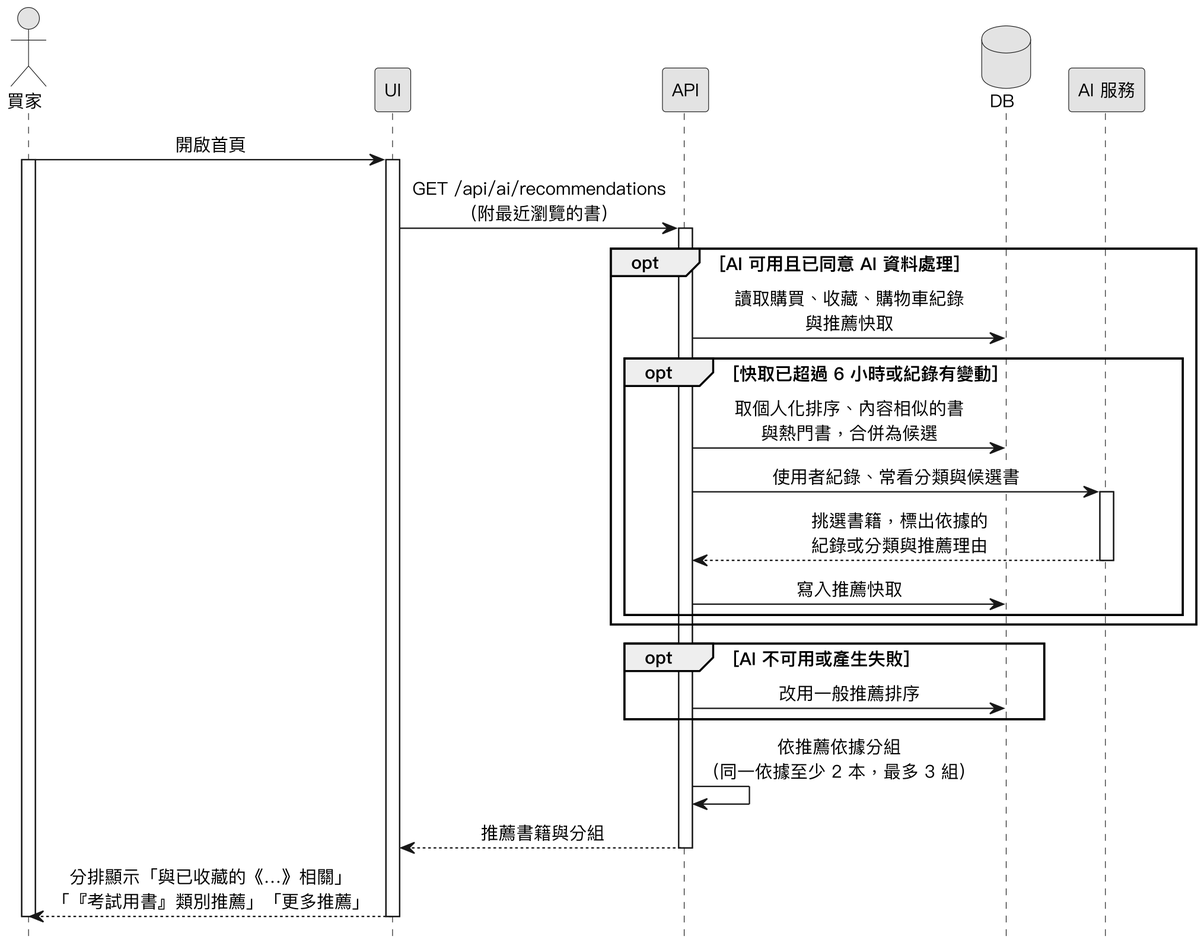
This is Diagrams/Sequence Diagrams/v3/seq_recommend.png from SaveMyBook/SaveMyBook, a PlantUML export, as it was before one commit.
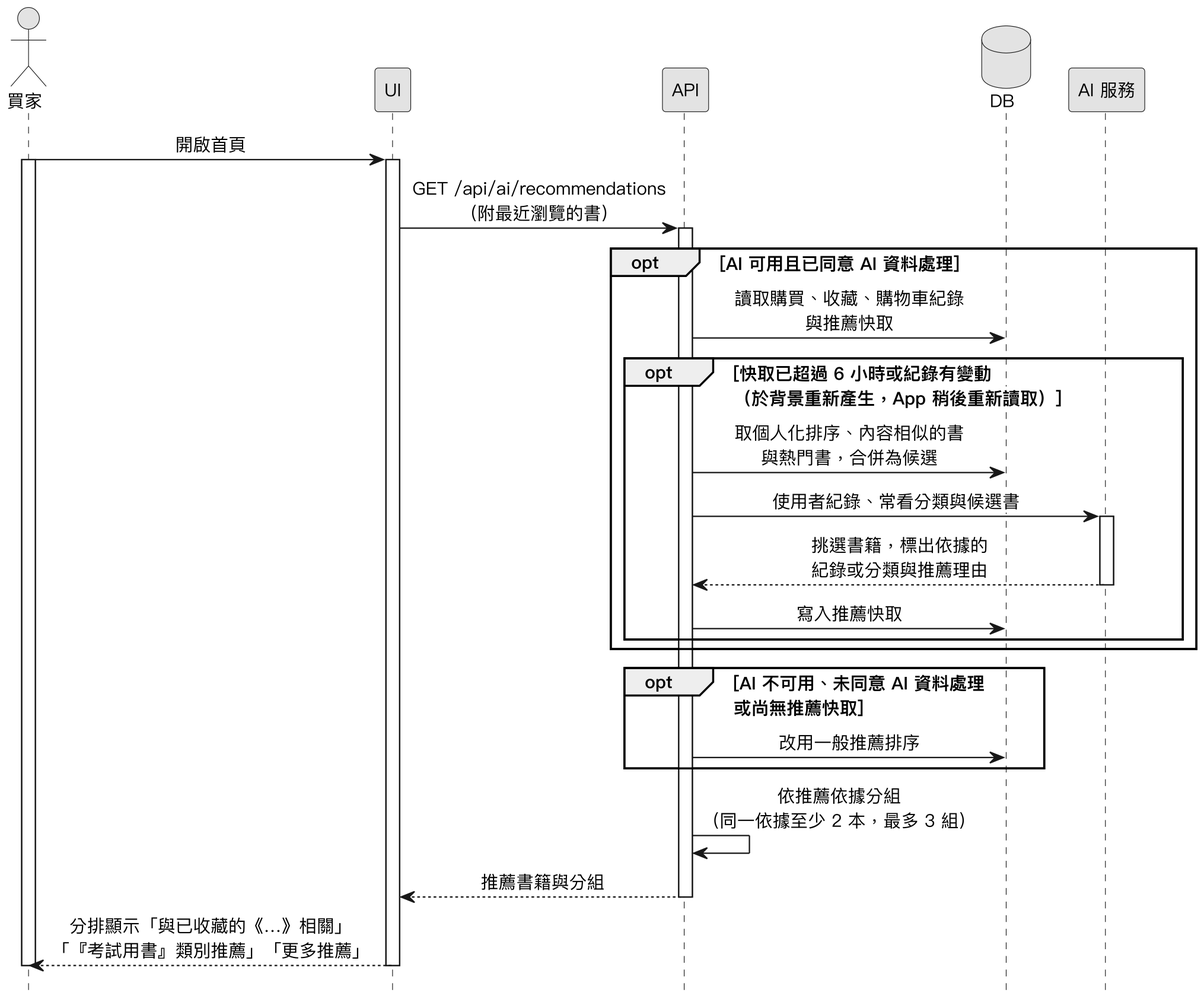
After the change.

The edit, as a diff of the source:
```diff
@@ -21,7 +21,7 @@
 activate API
 opt AI 可用且已同意 AI 資料處理
   API -> DB : 讀取購買、收藏、購物車紀錄\n與推薦快取
-  opt 快取已超過 6 小時或紀錄有變動
+  opt 快取已超過 6 小時或紀錄有變動\n（於背景重新產生，App 稍後重新讀取）
     API -> DB : 取個人化排序、內容相似的書\n與熱門書，合併為候選
     API -> AI : 使用者紀錄、常看分類與候選書
     activate AI
@@ -30,7 +30,7 @@
     API -> DB : 寫入推薦快取
   end
 end
-opt AI 不可用或產生失敗
+opt AI 不可用、未同意 AI 資料處理\n或尚無推薦快取
   API -> DB : 改用一般推薦排序
 end
 API -> API : 依推薦依據分組\n（同一依據至少 2 本，最多 3 組）
```
